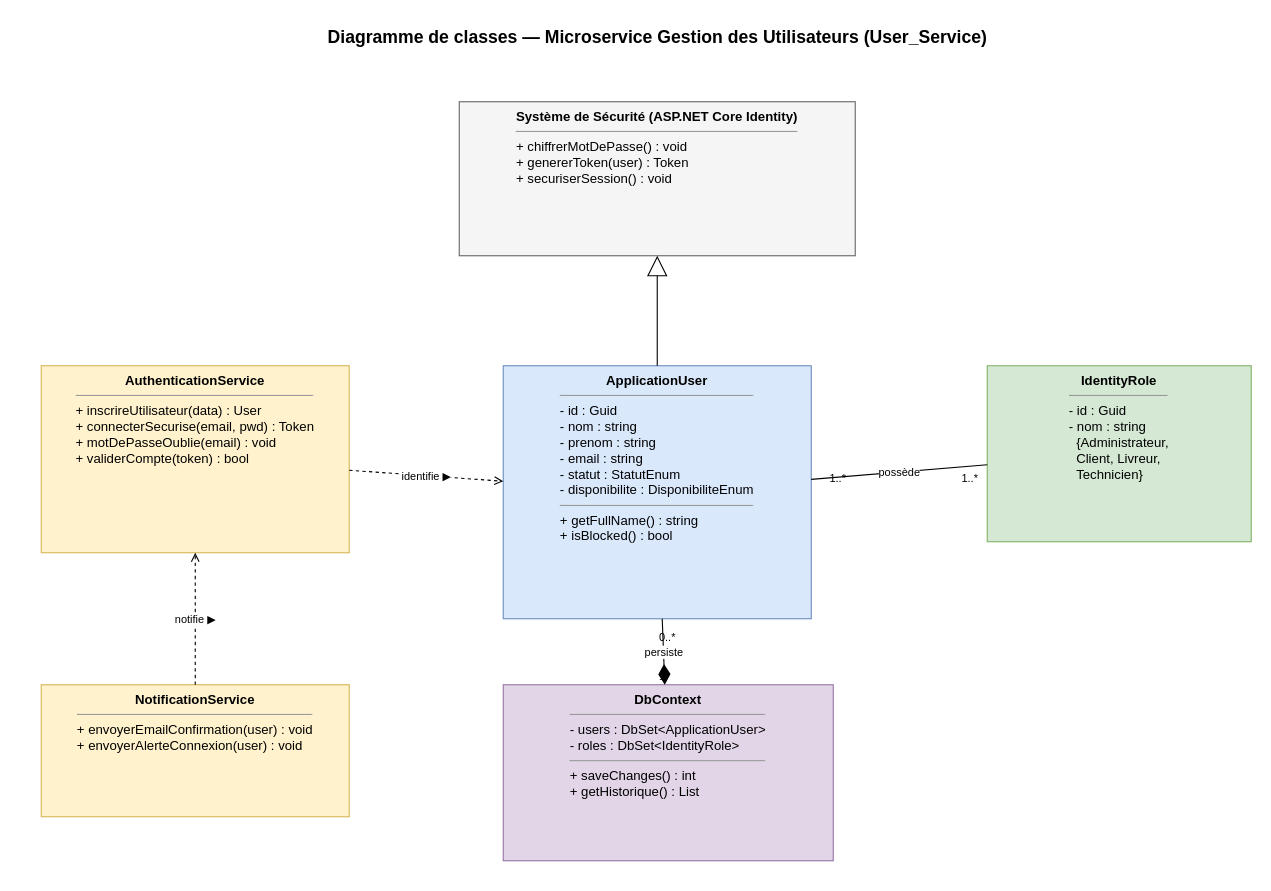
Before: page "2. Classes - User Service" (2 of 10) of docs/diagrams/modelisation.drawio in Achraf-el-ghali/stock-microservice-symfony, a draw.io diagram. Source tidied: cells renumbered, new cells numbered last; positions are measured from the earlier drawing's top-left corner, leaving out a move shared by most shapes. Both pictures are drawn from the tidied source at 110%, with x=0, y=0 at pixel (41, 19).
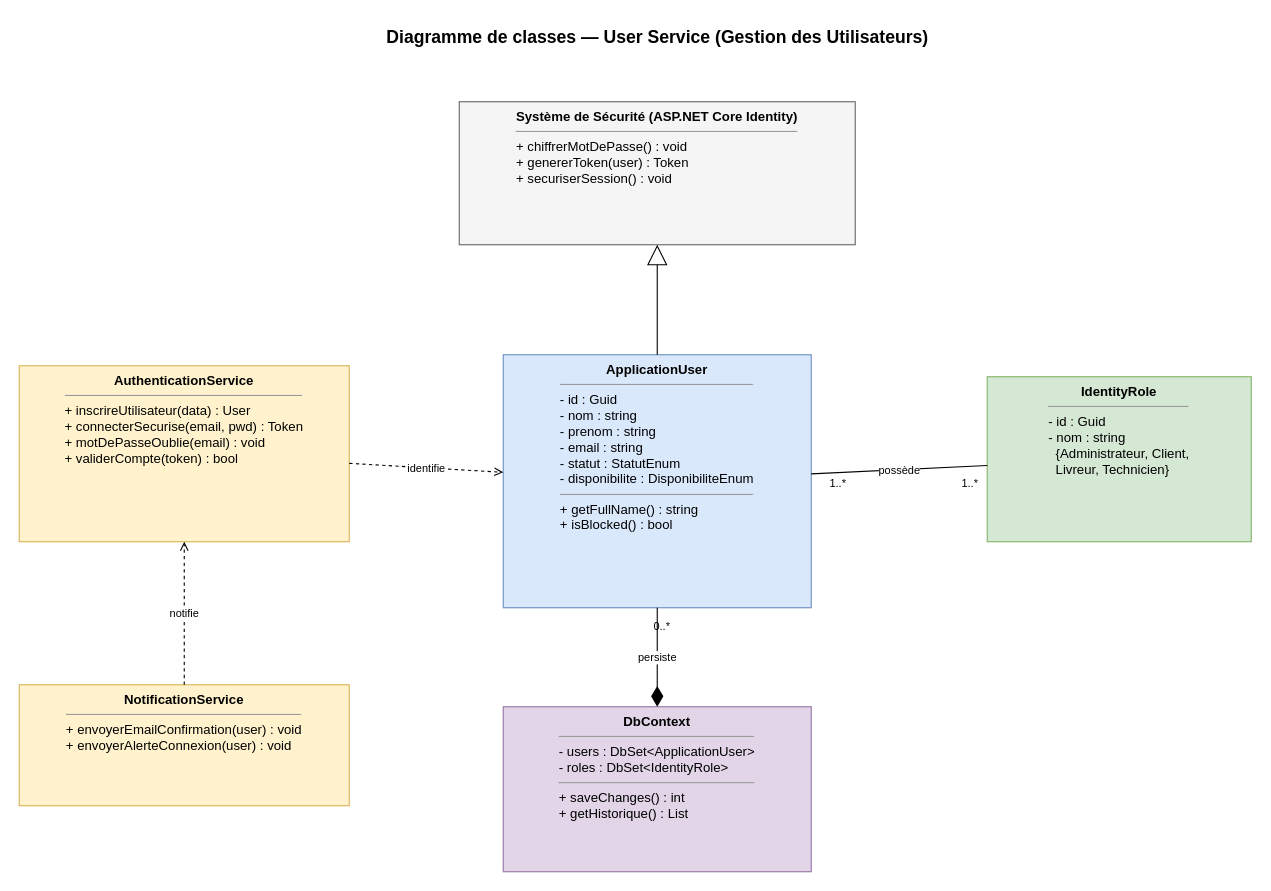
The same page after the edit.

Commit message (it also covers changes not shown here):
docs: clean 10-page drawio - 5 microservices (UC + Classes each)

Change to the diagram source:
```diff
@@
 <mxGraphModel>
   <root>
     <mxCell id="0" />
     <mxCell id="1" parent="0" />
-    <mxCell id="2" value="Diagramme de classes — Microservice Gestion des Utilisateurs (User_Service)" style="text;html=1;align=center;fontSize=16;fontStyle=1;" parent="1" vertex="1">
+    <mxCell id="2" value="Diagramme de classes — User Service (Gestion des Utilisateurs)" style="text;html=1;align=center;fontSize=16;fontStyle=1;" parent="1" vertex="1">
       <mxGeometry x="60" width="1000" height="30" as="geometry" />
     </mxCell>
     <mxCell id="3" value="&lt;b&gt;Système de Sécurité (ASP.NET Core Identity)&lt;/b&gt;&lt;hr size=1&gt;&lt;div align='left'&gt;+ chiffrerMotDePasse() : void&lt;br&gt;+ genererToken(user) : Token&lt;br&gt;+ securiserSession() : void&lt;/div&gt;" style="rounded=0;whiteSpace=wrap;html=1;fillColor=#f5f5f5;strokeColor=#666666;fontSize=12;verticalAlign=top;" parent="1" vertex="1">
-      <mxGeometry x="380" y="75" width="360" height="140" as="geometry" />
+      <mxGeometry x="380" y="75" width="360" height="130" as="geometry" />
     </mxCell>
     <mxCell id="4" value="&lt;b&gt;ApplicationUser&lt;/b&gt;&lt;hr size=1&gt;&lt;div align='left'&gt;- id : Guid&lt;br&gt;- nom : string&lt;br&gt;- prenom : string&lt;br&gt;- email : string&lt;br&gt;- statut : StatutEnum&lt;br&gt;- disponibilite : DisponibiliteEnum&lt;/div&gt;&lt;hr size=1&gt;&lt;div align='left'&gt;+ getFullName() : string&lt;br&gt;+ isBlocked() : bool&lt;/div&gt;" style="rounded=0;whiteSpace=wrap;html=1;fillColor=#dae8fc;strokeColor=#6c8ebf;fontSize=12;verticalAlign=top;" parent="1" vertex="1">
-      <mxGeometry x="420" y="315" width="280" height="230" as="geometry" />
+      <mxGeometry x="420" y="305" width="280" height="230" as="geometry" />
     </mxCell>
     <mxCell id="5" value="&lt;b&gt;AuthenticationService&lt;/b&gt;&lt;hr size=1&gt;&lt;div align='left'&gt;+ inscrireUtilisateur(data) : User&lt;br&gt;+ connecterSecurise(email, pwd) : Token&lt;br&gt;+ motDePasseOublie(email) : void&lt;br&gt;+ validerCompte(token) : bool&lt;/div&gt;" style="rounded=0;whiteSpace=wrap;html=1;fillColor=#fff2cc;strokeColor=#d6b656;fontSize=12;verticalAlign=top;" parent="1" vertex="1">
-      <mxGeometry y="315" width="280" height="170" as="geometry" />
+      <mxGeometry x="-20" y="315" width="300" height="160" as="geometry" />
     </mxCell>
-    <mxCell id="6" value="&lt;b&gt;IdentityRole&lt;/b&gt;&lt;hr size=1&gt;&lt;div align='left'&gt;- id : Guid&lt;br&gt;- nom : string&lt;br&gt;&amp;nbsp;&amp;nbsp;{Administrateur,&lt;br&gt;&amp;nbsp;&amp;nbsp;Client, Livreur,&lt;br&gt;&amp;nbsp;&amp;nbsp;Technicien}&lt;/div&gt;" style="rounded=0;whiteSpace=wrap;html=1;fillColor=#d5e8d4;strokeColor=#82b366;fontSize=12;verticalAlign=top;" parent="1" vertex="1">
-      <mxGeometry x="860" y="315" width="240" height="160" as="geometry" />
+    <mxCell id="6" value="&lt;b&gt;IdentityRole&lt;/b&gt;&lt;hr size=1&gt;&lt;div align='left'&gt;- id : Guid&lt;br&gt;- nom : string&lt;br&gt;&amp;nbsp;&amp;nbsp;{Administrateur, Client,&lt;br&gt;&amp;nbsp;&amp;nbsp;Livreur, Technicien}&lt;/div&gt;" style="rounded=0;whiteSpace=wrap;html=1;fillColor=#d5e8d4;strokeColor=#82b366;fontSize=12;verticalAlign=top;" parent="1" vertex="1">
+      <mxGeometry x="860" y="325" width="240" height="150" as="geometry" />
     </mxCell>
     <mxCell id="7" value="&lt;b&gt;NotificationService&lt;/b&gt;&lt;hr size=1&gt;&lt;div align='left'&gt;+ envoyerEmailConfirmation(user) : void&lt;br&gt;+ envoyerAlerteConnexion(user) : void&lt;/div&gt;" style="rounded=0;whiteSpace=wrap;html=1;fillColor=#fff2cc;strokeColor=#d6b656;fontSize=12;verticalAlign=top;" parent="1" vertex="1">
-      <mxGeometry y="605" width="280" height="120" as="geometry" />
+      <mxGeometry x="-20" y="605" width="300" height="110" as="geometry" />
     </mxCell>
     <mxCell id="8" value="&lt;b&gt;DbContext&lt;/b&gt;&lt;hr size=1&gt;&lt;div align='left'&gt;- users : DbSet&amp;lt;ApplicationUser&amp;gt;&lt;br&gt;- roles : DbSet&amp;lt;IdentityRole&amp;gt;&lt;/div&gt;&lt;hr size=1&gt;&lt;div align='left'&gt;+ saveChanges() : int&lt;br&gt;+ getHistorique() : List&lt;/div&gt;" style="rounded=0;whiteSpace=wrap;html=1;fillColor=#e1d5e7;strokeColor=#9673a6;fontSize=12;verticalAlign=top;" parent="1" vertex="1">
-      <mxGeometry x="420" y="605" width="300" height="160" as="geometry" />
+      <mxGeometry x="420" y="625" width="280" height="150" as="geometry" />
     </mxCell>
     <mxCell id="9" style="endArrow=block;endFill=0;endSize=16;html=1;" parent="1" edge="1" source="4" target="3">
       <mxGeometry relative="1" as="geometry" />
     </mxCell>
-    <mxCell id="10" value="identifie ▶" style="endArrow=open;html=1;dashed=1;fontSize=10;labelBackgroundColor=#ffffff;" parent="1" edge="1" source="5" target="4">
+    <mxCell id="10" value="identifie" style="endArrow=open;html=1;dashed=1;fontSize=10;labelBackgroundColor=#ffffff;" parent="1" edge="1" source="5" target="4">
       <mxGeometry relative="1" as="geometry" />
     </mxCell>
-    <mxCell id="11" value="notifie ▶" style="endArrow=open;html=1;dashed=1;fontSize=10;labelBackgroundColor=#ffffff;" parent="1" edge="1" source="7" target="5">
+    <mxCell id="11" value="notifie" style="endArrow=open;html=1;dashed=1;fontSize=10;labelBackgroundColor=#ffffff;" parent="1" edge="1" source="7" target="5">
       <mxGeometry relative="1" as="geometry" />
     </mxCell>
     <mxCell id="12" value="possède" style="endArrow=none;html=1;fontSize=10;labelBackgroundColor=#ffffff;" parent="1" edge="1" source="4" target="6">
       <mxGeometry relative="1" as="geometry" />
     </mxCell>
-    <mxCell id="13" value="1..*" style="text;html=1;fontSize=10;" parent="1" vertex="1">
-      <mxGeometry x="715" y="405" width="30" height="20" as="geometry" />
-    </mxCell>
-    <mxCell id="14" value="1..*" style="text;html=1;fontSize=10;" parent="1" vertex="1">
-      <mxGeometry x="835" y="405" width="30" height="20" as="geometry" />
-    </mxCell>
+    <mxCell id="18" value="1..*" style="text;html=1;fontSize=10;" parent="1" vertex="1">
+      <mxGeometry x="715" y="410" width="30" height="20" as="geometry" />
+    </mxCell>
+    <mxCell id="19" value="1..*" style="text;html=1;fontSize=10;" parent="1" vertex="1">
+      <mxGeometry x="835" y="410" width="30" height="20" as="geometry" />
+    </mxCell>
     <mxCell id="15" value="persiste" style="endArrow=diamondThin;endFill=1;endSize=16;html=1;fontSize=10;labelBackgroundColor=#ffffff;" parent="1" edge="1" source="4" target="8">
       <mxGeometry relative="1" as="geometry" />
     </mxCell>
     <mxCell id="16" value="0..*" style="text;html=1;fontSize=10;" parent="1" vertex="1">
-      <mxGeometry x="560" y="550" width="30" height="20" as="geometry" />
+      <mxGeometry x="555" y="540" width="30" height="20" as="geometry" />
     </mxCell>
     <mxCell id="17" value="1" style="text;html=1;fontSize=10;" parent="1" vertex="1">
-      <mxGeometry x="560" y="585" width="30" height="20" as="geometry" />
+      <mxGeometry x="555" y="605" width="20" height="20" as="geometry" />
     </mxCell>
   </root>
 </mxGraphModel>
```
